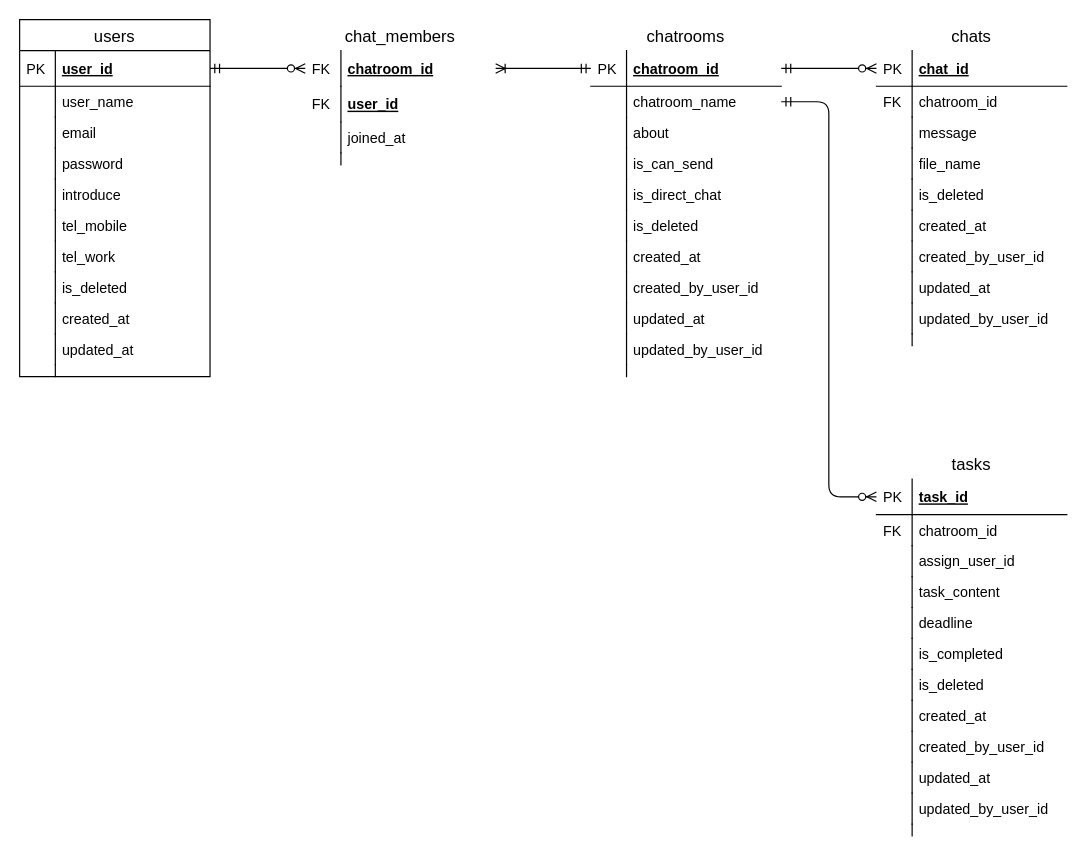
Above: db/db-challenge1/chatwork-er.drawio in nanakusa27/quelcode-db (draw.io), before the change. Source tidied: cells renumbered, new cells numbered last; positions are measured from the earlier drawing's top-left corner, leaving out a move shared by most shapes. Both pictures are drawn from the tidied source at 119%, with x=0, y=0 at pixel (19, 19).
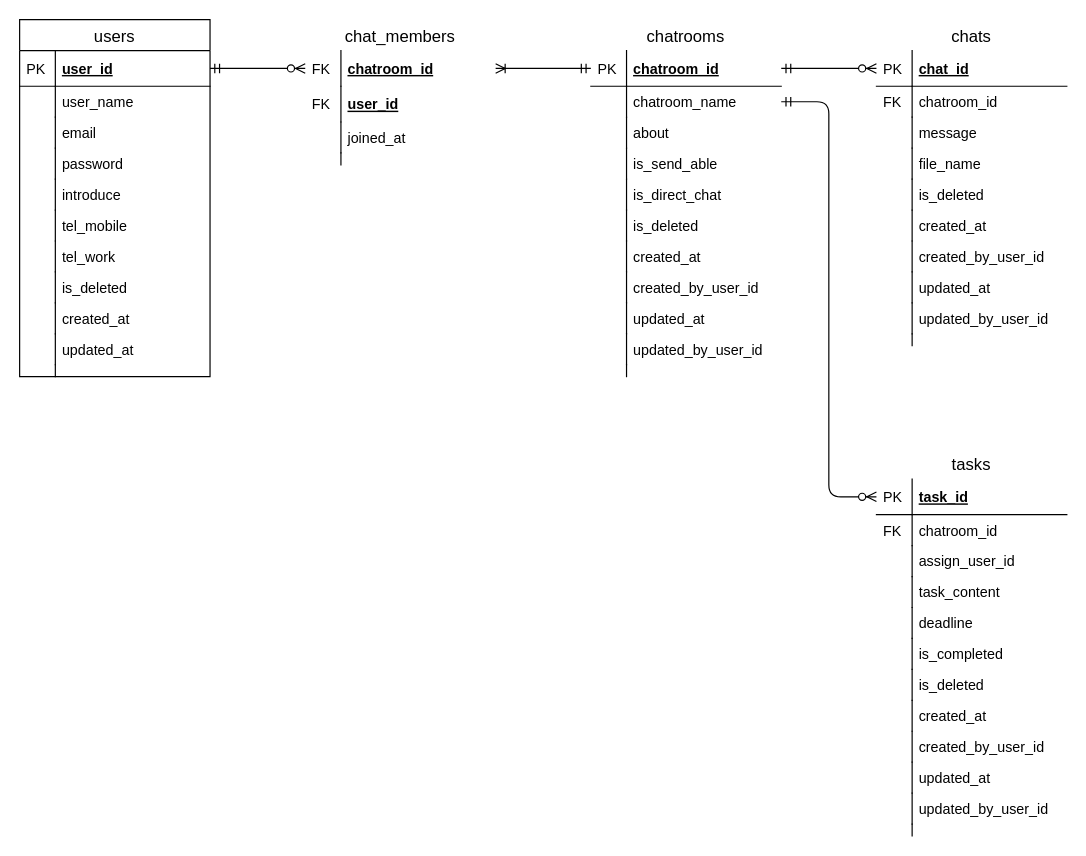
After the change.

Commit message (it also covers changes not shown here):
Fix:chatroomsテーブルのカラム名変更、外部キー書き方修正

Unchanged cells that the change refers to:
```xml
<mxCell id="34" value="chatrooms" style="swimlane;fontStyle=0;horizontal=1;startSize=26;align=center;fontSize=14;labelBackgroundColor=none;strokeColor=#FFFFFF;fillColor=none;gradientColor=#ffffff;" parent="1" vertex="1">
  <mxGeometry x="480" width="160" height="300" as="geometry" />
</mxCell>
```

What changed in the source:
```diff
@@
-    <mxCell id="41" value="is_can_send" style="shape=partialRectangle;top=0;left=0;right=0;bottom=0;align=left;verticalAlign=top;fillColor=none;spacingLeft=34;spacingRight=4;overflow=hidden;fontSize=12;" parent="34" vertex="1">
+    <mxCell id="41" value="is_send_able" style="shape=partialRectangle;top=0;left=0;right=0;bottom=0;align=left;verticalAlign=top;fillColor=none;spacingLeft=34;spacingRight=4;overflow=hidden;fontSize=12;" parent="34" vertex="1">
       <mxGeometry y="108" width="160" height="26" as="geometry" />
     </mxCell>
```
